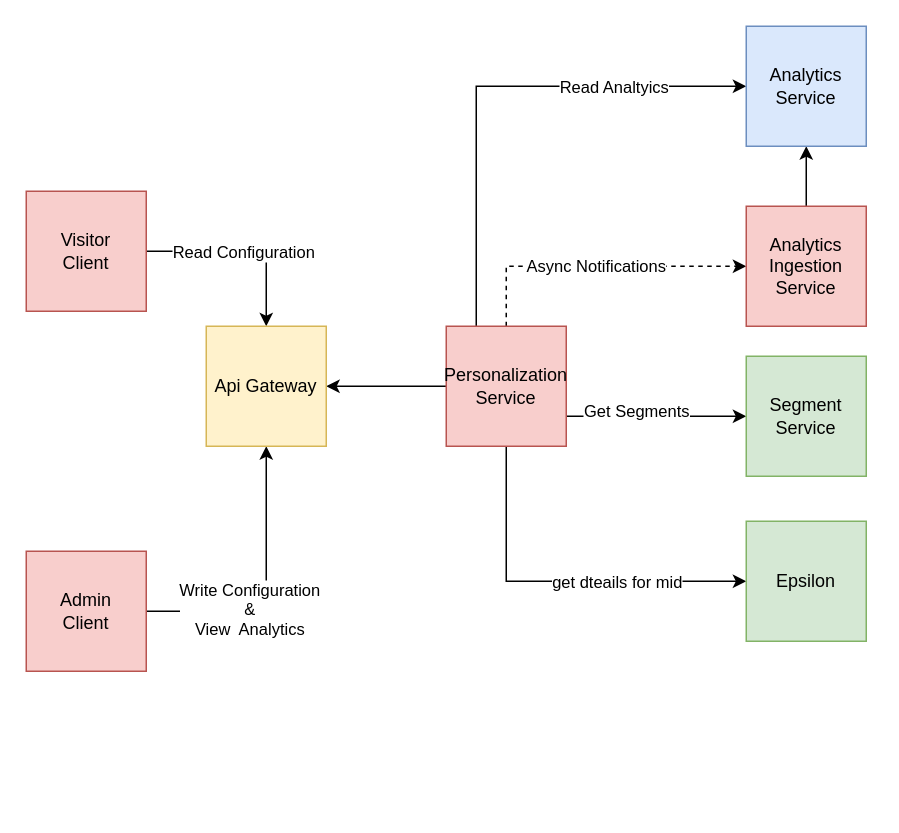
Earlier version of the draw.io diagram page "Page-1" (1 of 2) of Untitled Diagram.drawio (DogaCUlupinar/Compiler). Source tidied: cells renumbered, new cells numbered last; positions are measured from the earlier drawing's top-left corner, leaving out a move shared by most shapes. Both pictures are drawn from the tidied source at 150%, with x=0, y=0 at pixel (26, 26).
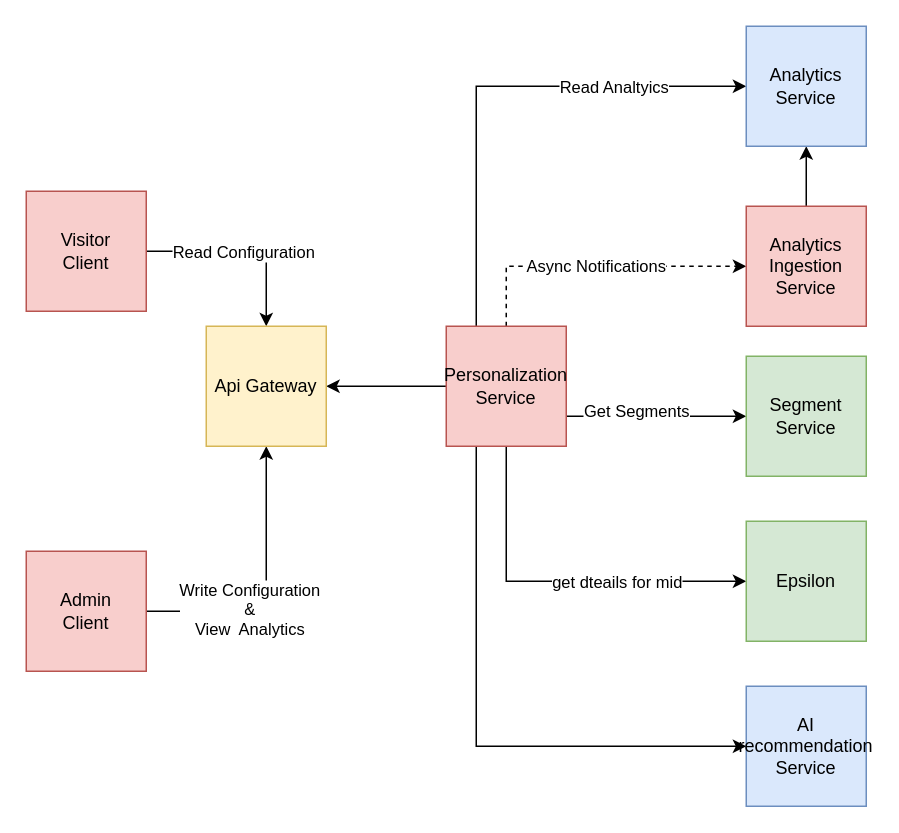
The same diagram, later.

Unchanged cells that the change refers to:
```xml
<mxCell id="13" value="Personalization&lt;br&gt;Service" style="whiteSpace=wrap;html=1;fillColor=#f8cecc;strokeColor=#b85450;" parent="1" vertex="1">
  <mxGeometry x="280" y="200" width="80" height="80" as="geometry" />
</mxCell>
```

Diff of the diagram source:
```diff
@@
+    <mxCell id="23" style="edgeStyle=orthogonalEdgeStyle;rounded=0;jettySize=auto;html=1;exitX=0.25;exitY=1;exitDx=0;exitDy=0;entryX=0;entryY=0.5;entryDx=0;entryDy=0;" parent="1" edge="1" source="13" target="24">
+      <mxGeometry relative="1" as="geometry" />
+    </mxCell>
@@
+    <mxCell id="24" value="AI recommendation Service" style="whiteSpace=wrap;html=1;fillColor=#dae8fc;strokeColor=#6c8ebf;" parent="1" vertex="1">
+      <mxGeometry x="480" y="440" width="80" height="80" as="geometry" />
+    </mxCell>
```
